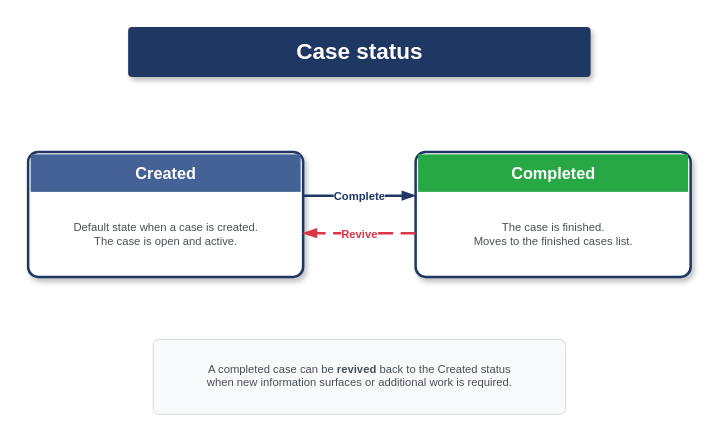
Above: page "Case-manipulation" (2 of 6) of doc/diagrams/flowintel.drawio in cudeso/flowintel (draw.io), before the change. Source tidied: cells renumbered, new cells numbered last; positions are measured from the earlier drawing's top-left corner, leaving out a move shared by most shapes. Both pictures are drawn from the tidied source at 125%, with x=0, y=0 at pixel (28, 26).
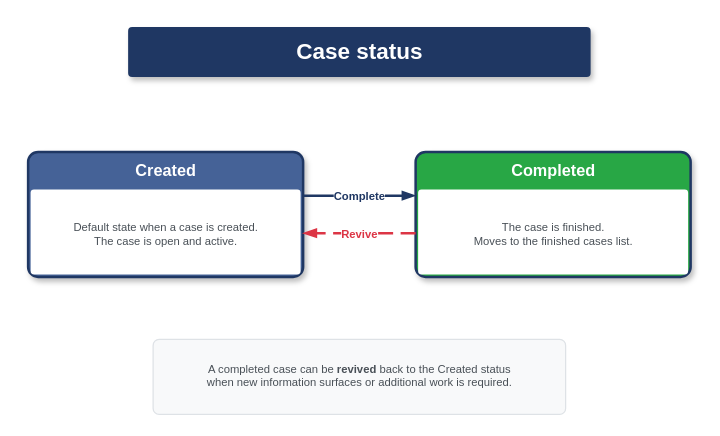
Above is the later version.

Change to the diagram source:
```diff
@@
 <mxGraphModel>
   <root>
     <mxCell id="0" />
     <mxCell id="1" parent="0" />
     <mxCell id="2" style="rounded=1;whiteSpace=wrap;html=1;fillColor=#1f3763;strokeColor=none;arcSize=8;shadow=1;" parent="1" vertex="1">
       <mxGeometry x="80" width="370" height="40" as="geometry" />
     </mxCell>
     <mxCell id="3" value="Case status" style="text;html=1;fontColor=#ffffff;fontStyle=1;fontSize=18;align=center;verticalAlign=middle;letterSpacing=2;" parent="1" vertex="1">
       <mxGeometry x="90" width="350" height="40" as="geometry" />
     </mxCell>
-    <mxCell id="4" style="rounded=1;whiteSpace=wrap;html=1;fillColor=#ffffff;strokeColor=#1f3763;strokeWidth=2;arcSize=8;shadow=1;" parent="1" vertex="1">
+    <mxCell id="4" style="rounded=1;whiteSpace=wrap;html=1;fillColor=#456297;strokeColor=#1f3763;strokeWidth=2;arcSize=8;shadow=1;" parent="1" vertex="1">
       <mxGeometry y="100" width="220" height="100" as="geometry" />
     </mxCell>
-    <mxCell id="5" style="rounded=0;whiteSpace=wrap;html=1;fillColor=#456297;strokeColor=none;" parent="1" vertex="1">
-      <mxGeometry x="2" y="102" width="216" height="30" as="geometry" />
-    </mxCell>
+    <mxCell id="16" style="rounded=1;whiteSpace=wrap;html=1;fillColor=#ffffff;strokeColor=none;arcSize=4;" parent="4" vertex="1">
+      <mxGeometry x="2" y="30" width="216" height="68" as="geometry" />
+    </mxCell>
-    <mxCell id="6" value="Created" style="text;html=1;fontColor=#ffffff;fontStyle=1;fontSize=13;align=center;verticalAlign=middle;" parent="1" vertex="1">
-      <mxGeometry x="2" y="102" width="216" height="30" as="geometry" />
+    <mxCell id="6" value="Created" style="text;html=1;fontColor=#ffffff;fontStyle=1;fontSize=13;align=center;verticalAlign=middle;" parent="4" vertex="1">
+      <mxGeometry y="2" width="220" height="26" as="geometry" />
     </mxCell>
-    <mxCell id="7" value="Default state when a case is created.&lt;br&gt;The case is open and active." style="text;html=1;fontSize=9;fontColor=#495057;align=center;verticalAlign=middle;spacingTop=4;" parent="1" vertex="1">
-      <mxGeometry x="10" y="136" width="200" height="56" as="geometry" />
+    <mxCell id="7" value="Default state when a case is created.&lt;br&gt;The case is open and active." style="text;html=1;fontSize=9;fontColor=#495057;align=center;verticalAlign=middle;spacingTop=4;" parent="4" vertex="1">
+      <mxGeometry x="10" y="36" width="200" height="56" as="geometry" />
     </mxCell>
-    <mxCell id="8" style="rounded=1;whiteSpace=wrap;html=1;fillColor=#ffffff;strokeColor=#1f3763;strokeWidth=2;arcSize=8;shadow=1;" parent="1" vertex="1">
+    <mxCell id="8" style="rounded=1;whiteSpace=wrap;html=1;fillColor=#28a745;strokeColor=#1f3763;strokeWidth=2;arcSize=8;shadow=1;" parent="1" vertex="1">
       <mxGeometry x="310" y="100" width="220" height="100" as="geometry" />
     </mxCell>
-    <mxCell id="9" style="rounded=0;whiteSpace=wrap;html=1;fillColor=#28a745;strokeColor=none;" parent="1" vertex="1">
-      <mxGeometry x="312" y="102" width="216" height="30" as="geometry" />
-    </mxCell>
+    <mxCell id="17" style="rounded=1;whiteSpace=wrap;html=1;fillColor=#ffffff;strokeColor=none;arcSize=4;" parent="8" vertex="1">
+      <mxGeometry x="2" y="30" width="216" height="68" as="geometry" />
+    </mxCell>
-    <mxCell id="10" value="Completed" style="text;html=1;fontColor=#ffffff;fontStyle=1;fontSize=13;align=center;verticalAlign=middle;" parent="1" vertex="1">
-      <mxGeometry x="312" y="102" width="216" height="30" as="geometry" />
+    <mxCell id="10" value="Completed" style="text;html=1;fontColor=#ffffff;fontStyle=1;fontSize=13;align=center;verticalAlign=middle;" parent="8" vertex="1">
+      <mxGeometry y="2" width="220" height="26" as="geometry" />
     </mxCell>
-    <mxCell id="11" value="The case is finished.&lt;br&gt;Moves to the finished cases list." style="text;html=1;fontSize=9;fontColor=#495057;align=center;verticalAlign=middle;spacingTop=4;" parent="1" vertex="1">
-      <mxGeometry x="320" y="136" width="200" height="56" as="geometry" />
+    <mxCell id="11" value="The case is finished.&lt;br&gt;Moves to the finished cases list." style="text;html=1;fontSize=9;fontColor=#495057;align=center;verticalAlign=middle;spacingTop=4;" parent="8" vertex="1">
+      <mxGeometry x="10" y="36" width="200" height="56" as="geometry" />
     </mxCell>
     <mxCell id="12" value="&lt;font style=&quot;font-size:9px;&quot;&gt;&lt;b&gt;Complete&lt;/b&gt;&lt;/font&gt;" style="edgeStyle=orthogonalEdgeStyle;rounded=1;html=1;strokeColor=#1f3763;strokeWidth=2;fontColor=#1f3763;endArrow=blockThin;endFill=1;exitX=1;exitY=0.35;exitDx=0;exitDy=0;entryX=0;entryY=0.35;entryDx=0;entryDy=0;" parent="1" edge="1" source="4" target="8">
       <mxGeometry relative="1" as="geometry" />
     </mxCell>
     <mxCell id="13" value="&lt;font style=&quot;font-size:9px;&quot;&gt;&lt;b&gt;Revive&lt;/b&gt;&lt;/font&gt;" style="edgeStyle=orthogonalEdgeStyle;rounded=1;html=1;strokeColor=#dc3545;strokeWidth=2;fontColor=#dc3545;endArrow=blockThin;endFill=1;dashed=1;dashPattern=6 3;exitX=0;exitY=0.65;exitDx=0;exitDy=0;entryX=1;entryY=0.65;entryDx=0;entryDy=0;" parent="1" edge="1" source="8" target="4">
       <mxGeometry relative="1" as="geometry" />
     </mxCell>
     <mxCell id="14" style="rounded=1;whiteSpace=wrap;html=1;fillColor=#f8f9fa;strokeColor=#dee2e6;strokeWidth=1;arcSize=8;" parent="1" vertex="1">
       <mxGeometry x="100" y="250" width="330" height="60" as="geometry" />
     </mxCell>
     <mxCell id="15" value="A completed case can be &lt;b&gt;revived&lt;/b&gt; back to the Created status&lt;br&gt;when new information surfaces or additional work is required." style="text;html=1;fontSize=9;fontColor=#495057;align=center;verticalAlign=middle;" parent="1" vertex="1">
       <mxGeometry x="110" y="254" width="310" height="50" as="geometry" />
     </mxCell>
   </root>
 </mxGraphModel>
```
